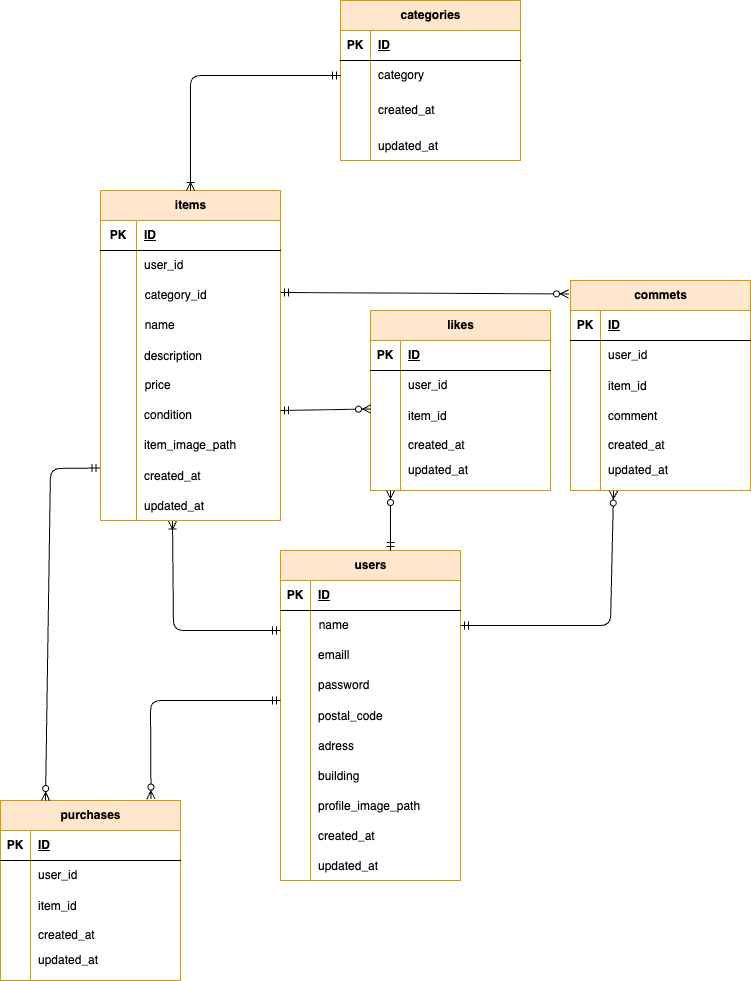
This is ER.drawio.png from kuri6-kara/miyazakiharuka-mockcase1-, a draw.io export, as it was before one commit. Source tidied: cells renumbered, new cells last; positions are measured from the earlier drawing's top-left corner, leaving out a move shared by most shapes.
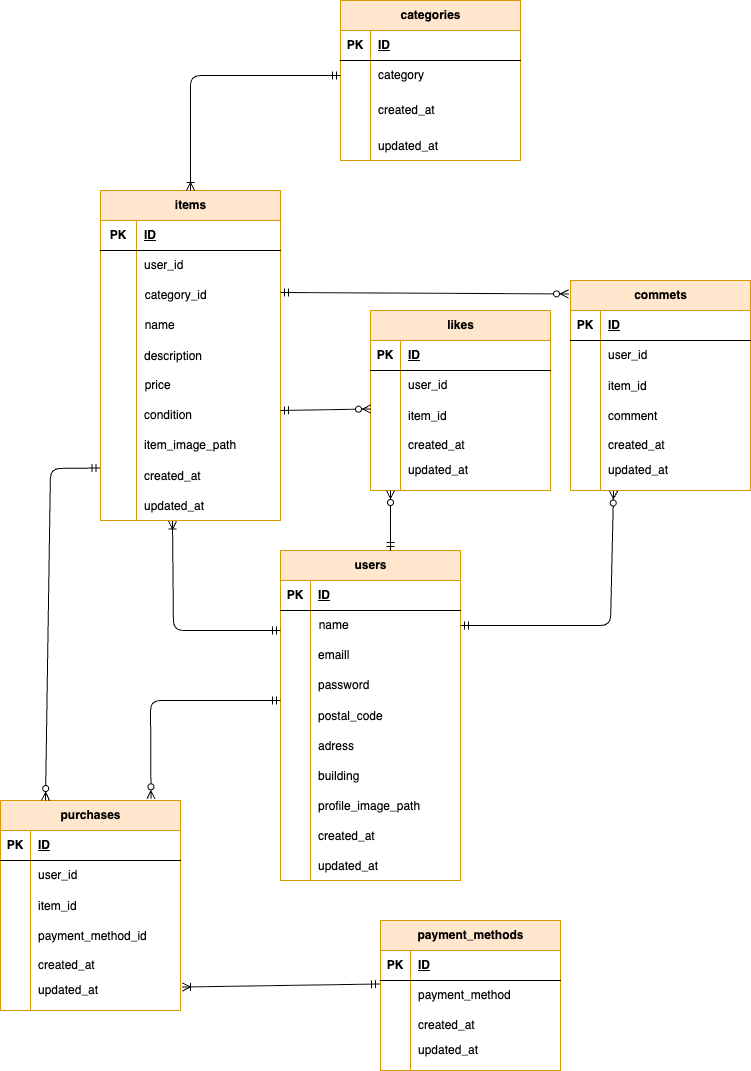
After the commit.

Change to the diagram source:
```diff
@@ -242,7 +242,7 @@
       <mxGeometry width="30" height="30" as="geometry" />
     </mxCell>
     <mxCell id="80" value="purchases" style="shape=table;startSize=30;rowLines=0;fontStyle=1;align=center;html=1;fillColor=#ffe6cc;strokeColor=#d79b00;" parent="1" vertex="1">
-      <mxGeometry y="800" width="180" height="180" as="geometry" />
+      <mxGeometry y="800" width="180" height="210" as="geometry" />
     </mxCell>
     <mxCell id="81" style="shape=tableRow;horizontal=0;startSize=0;swimlaneHead=0;swimlaneBody=0;fillColor=none;top=0;left=0;right=0;bottom=1;" parent="80" vertex="1">
       <mxGeometry y="30" width="180" height="30" as="geometry" />
@@ -271,8 +271,17 @@
     <mxCell id="89" value="item_id" style="shape=partialRectangle;fillColor=none;top=0;left=0;bottom=0;right=0;align=left;spacingLeft=6;overflow=hidden;" parent="87" vertex="1">
       <mxGeometry x="30" width="150" height="30" as="geometry" />
     </mxCell>
+    <mxCell id="138" style="shape=tableRow;horizontal=0;startSize=0;swimlaneHead=0;swimlaneBody=0;fillColor=none;top=0;left=0;right=0;bottom=0;" parent="80" vertex="1">
+      <mxGeometry y="120" width="180" height="30" as="geometry" />
+    </mxCell>
+    <mxCell id="139" style="shape=partialRectangle;fillColor=none;top=0;left=0;bottom=0;right=0;overflow=hidden;" parent="138" vertex="1">
+      <mxGeometry width="30" height="30" as="geometry" />
+    </mxCell>
+    <mxCell id="140" value="payment_method_id" style="shape=partialRectangle;fillColor=none;top=0;left=0;bottom=0;right=0;align=left;spacingLeft=6;overflow=hidden;" parent="138" vertex="1">
+      <mxGeometry x="30" width="150" height="30" as="geometry" />
+    </mxCell>
     <mxCell id="90" style="shape=tableRow;horizontal=0;startSize=0;swimlaneHead=0;swimlaneBody=0;fillColor=none;top=0;left=0;right=0;bottom=0;" parent="80" vertex="1">
-      <mxGeometry y="120" width="180" height="30" as="geometry" />
+      <mxGeometry y="150" width="180" height="30" as="geometry" />
     </mxCell>
     <mxCell id="91" style="shape=partialRectangle;fillColor=none;top=0;left=0;bottom=0;right=0;overflow=hidden;whiteSpace=wrap;html=1;" parent="90" vertex="1">
       <mxGeometry width="30" height="30" as="geometry" />
@@ -281,7 +290,7 @@
       <mxGeometry x="30" width="150" height="30" as="geometry" />
     </mxCell>
     <mxCell id="93" style="shape=tableRow;horizontal=0;startSize=0;swimlaneHead=0;swimlaneBody=0;fillColor=none;points=[[0,0.5],[1,0.5]];portConstraint=eastwest;top=0;left=0;right=0;bottom=0;" parent="80" vertex="1">
-      <mxGeometry y="150" width="180" height="30" as="geometry" />
+      <mxGeometry y="180" width="180" height="30" as="geometry" />
     </mxCell>
     <mxCell id="94" style="shape=partialRectangle;fillColor=none;top=0;left=0;bottom=0;right=0;overflow=hidden;whiteSpace=wrap;html=1;" parent="93" vertex="1">
       <mxGeometry width="30" height="30" as="geometry" />
@@ -438,5 +447,47 @@
         </Array>
       </mxGeometry>
     </mxCell>
+    <mxCell id="141" value="payment_methods" style="shape=table;startSize=30;rowLines=0;fontStyle=1;align=center;html=1;fillColor=#ffe6cc;strokeColor=#d79b00;" parent="1" vertex="1">
+      <mxGeometry x="380" y="920" width="180" height="150" as="geometry" />
+    </mxCell>
+    <mxCell id="142" style="shape=tableRow;horizontal=0;startSize=0;swimlaneHead=0;swimlaneBody=0;fillColor=none;top=0;left=0;right=0;bottom=1;" parent="141" vertex="1">
+      <mxGeometry y="30" width="180" height="30" as="geometry" />
+    </mxCell>
+    <mxCell id="143" value="PK" style="shape=partialRectangle;fillColor=none;top=0;left=0;bottom=0;right=0;fontStyle=1;overflow=hidden;whiteSpace=wrap;html=1;" parent="142" vertex="1">
+      <mxGeometry width="30" height="30" as="geometry" />
+    </mxCell>
+    <mxCell id="144" value="ID" style="shape=partialRectangle;fillColor=none;top=0;left=0;bottom=0;right=0;align=left;spacingLeft=6;fontStyle=5;overflow=hidden;whiteSpace=wrap;html=1;" parent="142" vertex="1">
+      <mxGeometry x="30" width="150" height="30" as="geometry" />
+    </mxCell>
+    <mxCell id="145" style="shape=tableRow;horizontal=0;startSize=0;swimlaneHead=0;swimlaneBody=0;fillColor=none;points=[[0,0.5],[1,0.5]];portConstraint=eastwest;top=0;left=0;right=0;bottom=0;" parent="141" vertex="1">
+      <mxGeometry y="60" width="180" height="30" as="geometry" />
+    </mxCell>
+    <mxCell id="146" style="shape=partialRectangle;fillColor=none;top=0;left=0;bottom=0;right=0;overflow=hidden;whiteSpace=wrap;html=1;" parent="145" vertex="1">
+      <mxGeometry width="30" height="30" as="geometry" />
+    </mxCell>
+    <mxCell id="147" value="payment_method" style="shape=partialRectangle;fillColor=none;top=0;left=0;bottom=0;right=0;align=left;spacingLeft=6;overflow=hidden;whiteSpace=wrap;html=1;" parent="145" vertex="1">
+      <mxGeometry x="30" width="150" height="30" as="geometry" />
+    </mxCell>
+    <mxCell id="148" style="shape=tableRow;horizontal=0;startSize=0;swimlaneHead=0;swimlaneBody=0;fillColor=none;top=0;left=0;right=0;bottom=0;" parent="141" vertex="1">
+      <mxGeometry y="90" width="180" height="30" as="geometry" />
+    </mxCell>
+    <mxCell id="149" style="shape=partialRectangle;fillColor=none;top=0;left=0;bottom=0;right=0;overflow=hidden;whiteSpace=wrap;html=1;" parent="148" vertex="1">
+      <mxGeometry width="30" height="30" as="geometry" />
+    </mxCell>
+    <mxCell id="150" value="&lt;span style=&quot;color: rgb(0, 0, 0); text-wrap-mode: nowrap;&quot;&gt;created_at&lt;/span&gt;" style="shape=partialRectangle;fillColor=none;top=0;left=0;bottom=0;right=0;align=left;spacingLeft=6;overflow=hidden;whiteSpace=wrap;html=1;" parent="148" vertex="1">
+      <mxGeometry x="30" width="150" height="30" as="geometry" />
+    </mxCell>
+    <mxCell id="151" style="shape=tableRow;horizontal=0;startSize=0;swimlaneHead=0;swimlaneBody=0;fillColor=none;top=0;left=0;right=0;bottom=0;" parent="141" vertex="1">
+      <mxGeometry y="120" width="180" height="30" as="geometry" />
+    </mxCell>
+    <mxCell id="152" style="shape=partialRectangle;fillColor=none;top=0;left=0;bottom=0;right=0;overflow=hidden;whiteSpace=wrap;html=1;" parent="151" vertex="1">
+      <mxGeometry width="30" height="30" as="geometry" />
+    </mxCell>
+    <mxCell id="153" value="updated_at&lt;table&gt;&lt;tbody&gt;&lt;tr&gt;&lt;td&gt;&lt;br&gt;&lt;/td&gt;&lt;/tr&gt;&lt;/tbody&gt;&lt;/table&gt;" style="shape=partialRectangle;fillColor=none;top=0;left=0;bottom=0;right=0;align=left;spacingLeft=6;overflow=hidden;whiteSpace=wrap;html=1;" parent="151" vertex="1">
+      <mxGeometry x="30" width="150" height="30" as="geometry" />
+    </mxCell>
+    <mxCell id="154" style="fontSize=12;html=1;endArrow=ERoneToMany;startArrow=ERmandOne;entryX=1.011;entryY=0.217;entryDx=0;entryDy=0;entryPerimeter=0;exitX=-0.006;exitY=0.117;exitDx=0;exitDy=0;exitPerimeter=0;" parent="1" edge="1" source="145" target="93">
+      <mxGeometry relative="1" as="geometry" />
+    </mxCell>
   </root>
 </mxGraphModel>
```
